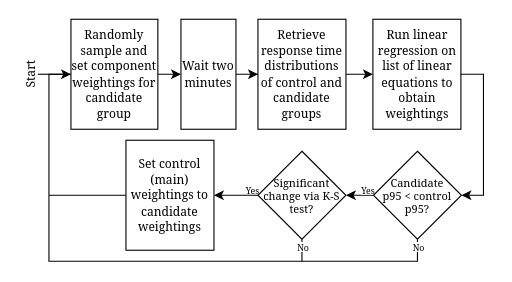
kcz17/diagrams keeps this draw.io diagram as online_training_loop.drawio. Above is the earlier version. Source tidied: cells renumbered, new cells numbered last; positions are measured from the earlier drawing's top-left corner, leaving out a move shared by most shapes. Both pictures are drawn from the tidied source at 110%, with x=0, y=0 at pixel (8, 19).
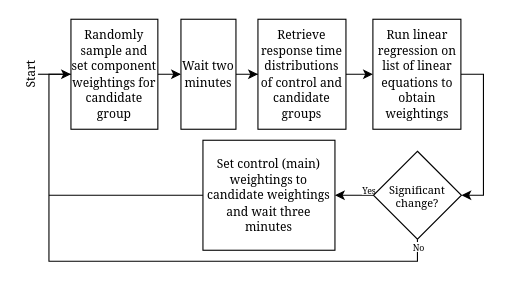
Above is the later version.

The edit, as a diff of the source:
```diff
@@
-    <mxCell id="2" value="Yes" style="edgeLabel;html=1;align=center;verticalAlign=middle;fontSize=8;fontFamily=Georgia;" parent="1" vertex="1">
-      <mxGeometry x="221" y="154" as="geometry" />
-    </mxCell>
@@
-    <mxCell id="12" style="edgeStyle=orthogonalEdgeStyle;rounded=0;jettySize=auto;html=1;entryX=1;entryY=0.5;entryDx=0;entryDy=0;fontFamily=Georgia;fontSize=8;" parent="1" edge="1" source="16" target="19">
+    <mxCell id="12" style="edgeStyle=orthogonalEdgeStyle;rounded=0;jettySize=auto;html=1;entryX=1;entryY=0.5;entryDx=0;entryDy=0;fontFamily=Georgia;fontSize=8;" parent="1" edge="1" source="16" target="21">
       <mxGeometry relative="1" as="geometry" />
     </mxCell>
@@
-    <mxCell id="16" value="Candidate &lt;br style=&quot;font-size: 10px;&quot;&gt;p95 &amp;lt; control p95?" style="rhombus;whiteSpace=wrap;html=1;fontFamily=Georgia;fontSize=10;" parent="1" vertex="1">
+    <mxCell id="16" value="Significant change?" style="rhombus;whiteSpace=wrap;html=1;fontFamily=Georgia;fontSize=10;" parent="1" vertex="1">
       <mxGeometry x="332" y="120" width="80" height="80" as="geometry" />
     </mxCell>
-    <mxCell id="17" style="edgeStyle=orthogonalEdgeStyle;rounded=0;jettySize=auto;html=1;entryX=1;entryY=0.5;entryDx=0;entryDy=0;fontFamily=Georgia;fontSize=8;" parent="1" edge="1" source="19" target="21">
-      <mxGeometry relative="1" as="geometry" />
-    </mxCell>
-    <mxCell id="18" style="edgeStyle=orthogonalEdgeStyle;rounded=0;jettySize=auto;html=1;fontFamily=Georgia;fontSize=11;startArrow=none;startFill=0;endArrow=none;endFill=0;" parent="1" edge="1" source="19">
-      <mxGeometry relative="1" as="geometry">
-        <mxPoint x="267" y="220" as="targetPoint" />
-      </mxGeometry>
-    </mxCell>
-    <mxCell id="19" value="Significant change via K-S test?" style="rhombus;whiteSpace=wrap;html=1;fontFamily=Georgia;fontSize=10;" parent="1" vertex="1">
-      <mxGeometry x="227" y="120" width="80" height="80" as="geometry" />
-    </mxCell>
@@
-    <mxCell id="21" value="&lt;font face=&quot;Georgia&quot;&gt;&lt;span style=&quot;font-size: 11px&quot;&gt;Set control (main) weightings to candidate weightings&lt;/span&gt;&lt;/font&gt;" style="rounded=0;whiteSpace=wrap;html=1;" parent="1" vertex="1">
-      <mxGeometry x="107" y="110" width="80" height="100" as="geometry" />
+    <mxCell id="21" value="&lt;font face=&quot;Georgia&quot;&gt;&lt;span style=&quot;font-size: 11px&quot;&gt;Set control (main) weightings to candidate weightings and wait three minutes&lt;/span&gt;&lt;/font&gt;" style="rounded=0;whiteSpace=wrap;html=1;" parent="1" vertex="1">
+      <mxGeometry x="177" y="110" width="120" height="100" as="geometry" />
     </mxCell>
@@
-    <mxCell id="23" value="No" style="edgeLabel;html=1;align=center;verticalAlign=middle;fontSize=8;fontFamily=Georgia;" parent="1" vertex="1">
-      <mxGeometry x="267" y="206" as="geometry" />
-    </mxCell>
```
